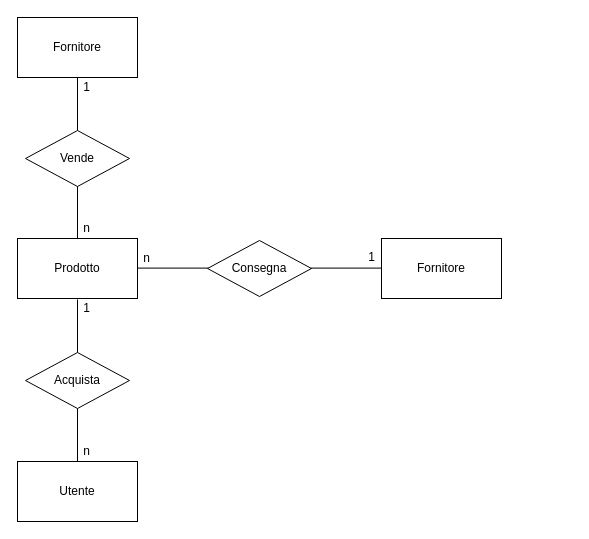
This is direttive/DiagrammaER.drawio from LucaAnto01/AP_WebShop, a draw.io file, before an edit. Source tidied: cells renumbered, new cells numbered last; positions are measured from the earlier drawing's top-left corner, leaving out a move shared by most shapes. Both pictures are drawn from the tidied source at 100%, with x=0, y=0 at pixel (17, 17).
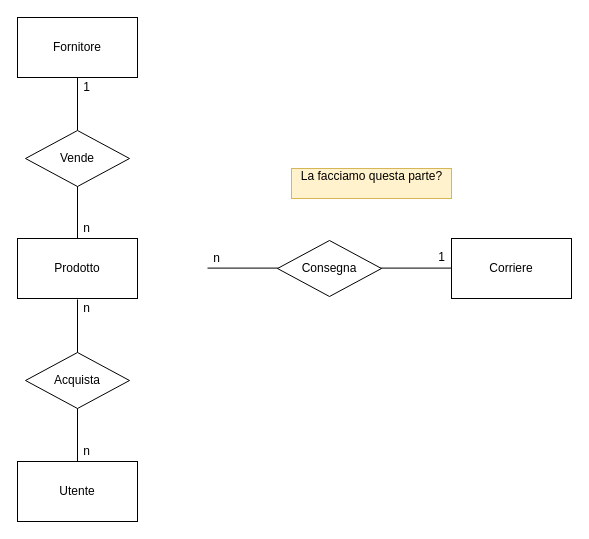
After the change.

Commit message:
Aggiornamento diagramma ER

The edit, as a diff of the source:
```diff
@@
-    <mxCell id="12" value="1" style="text;html=1;align=center;verticalAlign=middle;strokeColor=none;fillColor=none;" parent="1" vertex="1">
+    <mxCell id="12" value="&lt;div&gt;n&lt;/div&gt;" style="text;html=1;align=center;verticalAlign=middle;strokeColor=none;fillColor=none;" parent="1" vertex="1">
       <mxGeometry x="59" y="281" width="20" height="20" as="geometry" />
     </mxCell>
@@
     <mxCell id="15" style="endArrow=none;html=1;rounded=0;" parent="1" edge="1">
       <mxGeometry relative="1" as="geometry">
-        <mxPoint x="191" y="250.6" as="sourcePoint" />
-        <mxPoint x="120" y="250.6" as="targetPoint" />
+        <mxPoint x="261" y="250.6" as="sourcePoint" />
+        <mxPoint x="190" y="250.6" as="targetPoint" />
       </mxGeometry>
     </mxCell>
     <mxCell id="16" value="Consegna" style="rhombus;whiteSpace=wrap;html=1;" parent="1" vertex="1">
-      <mxGeometry x="190" y="223" width="104" height="56" as="geometry" />
+      <mxGeometry x="260" y="223" width="104" height="56" as="geometry" />
     </mxCell>
-    <mxCell id="17" value="Fornitore" style="rounded=0;whiteSpace=wrap;html=1;" parent="1" vertex="1">
-      <mxGeometry x="364" y="221" width="120" height="60" as="geometry" />
+    <mxCell id="17" value="Corriere" style="rounded=0;whiteSpace=wrap;html=1;" parent="1" vertex="1">
+      <mxGeometry x="434" y="221" width="120" height="60" as="geometry" />
     </mxCell>
     <mxCell id="18" style="endArrow=none;html=1;rounded=0;" parent="1" edge="1">
       <mxGeometry relative="1" as="geometry">
-        <mxPoint x="364" y="250.6" as="sourcePoint" />
-        <mxPoint x="293" y="250.6" as="targetPoint" />
+        <mxPoint x="434" y="250.6" as="sourcePoint" />
+        <mxPoint x="363" y="250.6" as="targetPoint" />
       </mxGeometry>
     </mxCell>
     <mxCell id="19" value="1" style="text;html=1;align=center;verticalAlign=middle;strokeColor=none;fillColor=none;" parent="1" vertex="1">
-      <mxGeometry x="344" y="230" width="20" height="20" as="geometry" />
+      <mxGeometry x="414" y="230" width="20" height="20" as="geometry" />
     </mxCell>
     <mxCell id="20" value="n" style="text;html=1;align=center;verticalAlign=middle;strokeColor=none;fillColor=none;" parent="1" vertex="1">
-      <mxGeometry x="119" y="231" width="20" height="20" as="geometry" />
+      <mxGeometry x="189" y="231" width="20" height="20" as="geometry" />
     </mxCell>
+    <mxCell id="21" value="&lt;div&gt;La facciamo questa parte?&lt;/div&gt;&lt;div&gt;&lt;br&gt;&lt;/div&gt;" style="text;html=1;align=center;verticalAlign=middle;strokeColor=#d6b656;fillColor=#fff2cc;" parent="1" vertex="1">
+      <mxGeometry x="274" y="151" width="160" height="30" as="geometry" />
+    </mxCell>
```
